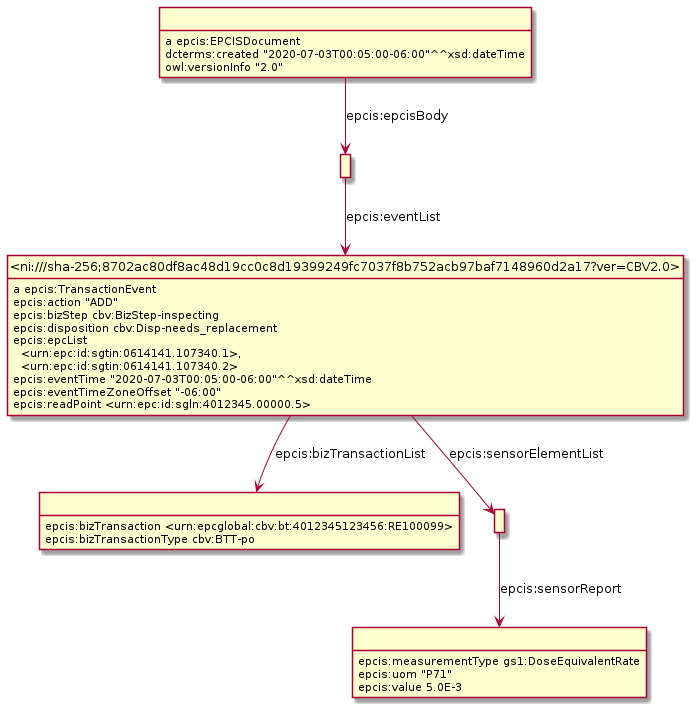
gs1/EPCIS keeps this PlantUML diagram as Diagrams/WithSensorData/SensorDataExample11.png. Above is the earlier version.
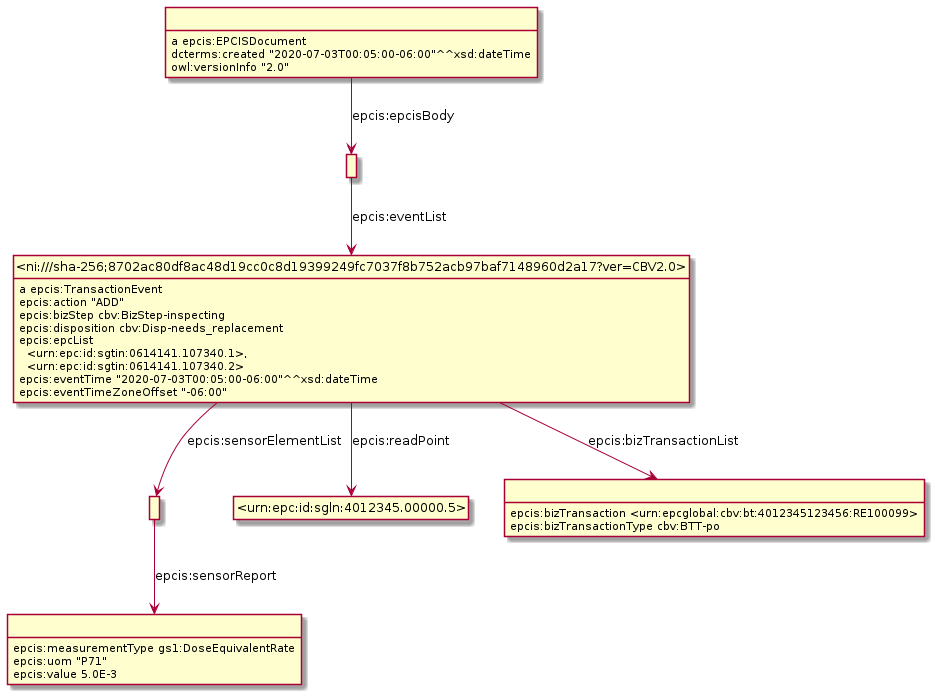
Later version of the same file.

Diff of the diagram source:
```diff
@@ -3,31 +3,32 @@
 hide empty attributes
 hide circle
 skinparam classAttributeIconSize 0
-class _r1631889708r2_ as " "
-_r1631889708r2_ : epcis:measurementType gs1:DoseEquivalentRate
-_r1631889708r2_ : epcis:uom "P71"
-_r1631889708r2_ : epcis:value 5.0E-3
-class _r1631889708r3_ as " "
-_r1631889708r3_ : a epcis:EPCISDocument
-class _r1631889708r4_ as " "
-_r1631889708r3_ -down-> _r1631889708r4_ : epcis:epcisBody
-_r1631889708r3_ : dcterms:created "2020-07-03T00:05:00-06:00"^^xsd:dateTime
-_r1631889708r3_ : owl:versionInfo "2.0"
-class _r1631889708r0_ as " "
-_r1631889708r0_ : epcis:bizTransaction <urn:epcglobal:cbv:bt:4012345123456:RE100099>
-_r1631889708r0_ : epcis:bizTransactionType cbv:BTT-po
+class _r1632232149r1_ as " "
+class _r1632232149r2_ as " "
+_r1632232149r1_ -down-> _r1632232149r2_ : epcis:sensorReport
 class _ni_sha_256_8702ac80df8ac48d19cc0c8d19399249fc7037f8b752acb97baf7148960d2a17_ver_CBV2_0_ as "<ni:///sha-256;8702ac80df8ac48d19cc0c8d19399249fc7037f8b752acb97baf7148960d2a17?ver=CBV2.0>"
 _ni_sha_256_8702ac80df8ac48d19cc0c8d19399249fc7037f8b752acb97baf7148960d2a17_ver_CBV2_0_ : a epcis:TransactionEvent
-_ni_sha_256_8702ac80df8ac48d19cc0c8d19399249fc7037f8b752acb97baf7148960d2a17_ver_CBV2_0_ -down-> _r1631889708r0_ : epcis:bizTransactionList
-class _r1631889708r1_ as " "
-_ni_sha_256_8702ac80df8ac48d19cc0c8d19399249fc7037f8b752acb97baf7148960d2a17_ver_CBV2_0_ -down-> _r1631889708r1_ : epcis:sensorElementList
+class _urn_epc_id_sgln_4012345_00000_5_ as "<urn:epc:id:sgln:4012345.00000.5>"
+_ni_sha_256_8702ac80df8ac48d19cc0c8d19399249fc7037f8b752acb97baf7148960d2a17_ver_CBV2_0_ -down-> _urn_epc_id_sgln_4012345_00000_5_ : epcis:readPoint
+_ni_sha_256_8702ac80df8ac48d19cc0c8d19399249fc7037f8b752acb97baf7148960d2a17_ver_CBV2_0_ -down-> _r1632232149r1_ : epcis:sensorElementList
+class _r1632232149r0_ as " "
+_ni_sha_256_8702ac80df8ac48d19cc0c8d19399249fc7037f8b752acb97baf7148960d2a17_ver_CBV2_0_ -down-> _r1632232149r0_ : epcis:bizTransactionList
 _ni_sha_256_8702ac80df8ac48d19cc0c8d19399249fc7037f8b752acb97baf7148960d2a17_ver_CBV2_0_ : epcis:action "ADD"
 _ni_sha_256_8702ac80df8ac48d19cc0c8d19399249fc7037f8b752acb97baf7148960d2a17_ver_CBV2_0_ : epcis:bizStep cbv:BizStep-inspecting
 _ni_sha_256_8702ac80df8ac48d19cc0c8d19399249fc7037f8b752acb97baf7148960d2a17_ver_CBV2_0_ : epcis:disposition cbv:Disp-needs_replacement
 _ni_sha_256_8702ac80df8ac48d19cc0c8d19399249fc7037f8b752acb97baf7148960d2a17_ver_CBV2_0_ : epcis:epcList\n  <urn:epc:id:sgtin:0614141.107340.1>,\n  <urn:epc:id:sgtin:0614141.107340.2>
 _ni_sha_256_8702ac80df8ac48d19cc0c8d19399249fc7037f8b752acb97baf7148960d2a17_ver_CBV2_0_ : epcis:eventTime "2020-07-03T00:05:00-06:00"^^xsd:dateTime
 _ni_sha_256_8702ac80df8ac48d19cc0c8d19399249fc7037f8b752acb97baf7148960d2a17_ver_CBV2_0_ : epcis:eventTimeZoneOffset "-06:00"
-_ni_sha_256_8702ac80df8ac48d19cc0c8d19399249fc7037f8b752acb97baf7148960d2a17_ver_CBV2_0_ : epcis:readPoint <urn:epc:id:sgln:4012345.00000.5>
-_r1631889708r1_ -down-> _r1631889708r2_ : epcis:sensorReport
-_r1631889708r4_ -down-> _ni_sha_256_8702ac80df8ac48d19cc0c8d19399249fc7037f8b752acb97baf7148960d2a17_ver_CBV2_0_ : epcis:eventList
+_r1632232149r2_ : epcis:measurementType gs1:DoseEquivalentRate
+_r1632232149r2_ : epcis:uom "P71"
+_r1632232149r2_ : epcis:value 5.0E-3
+class _r1632232149r3_ as " "
+_r1632232149r3_ : a epcis:EPCISDocument
+class _r1632232149r4_ as " "
+_r1632232149r3_ -down-> _r1632232149r4_ : epcis:epcisBody
+_r1632232149r3_ : dcterms:created "2020-07-03T00:05:00-06:00"^^xsd:dateTime
+_r1632232149r3_ : owl:versionInfo "2.0"
+_r1632232149r4_ -down-> _ni_sha_256_8702ac80df8ac48d19cc0c8d19399249fc7037f8b752acb97baf7148960d2a17_ver_CBV2_0_ : epcis:eventList
+_r1632232149r0_ : epcis:bizTransaction <urn:epcglobal:cbv:bt:4012345123456:RE100099>
+_r1632232149r0_ : epcis:bizTransactionType cbv:BTT-po
 @enduml
```
